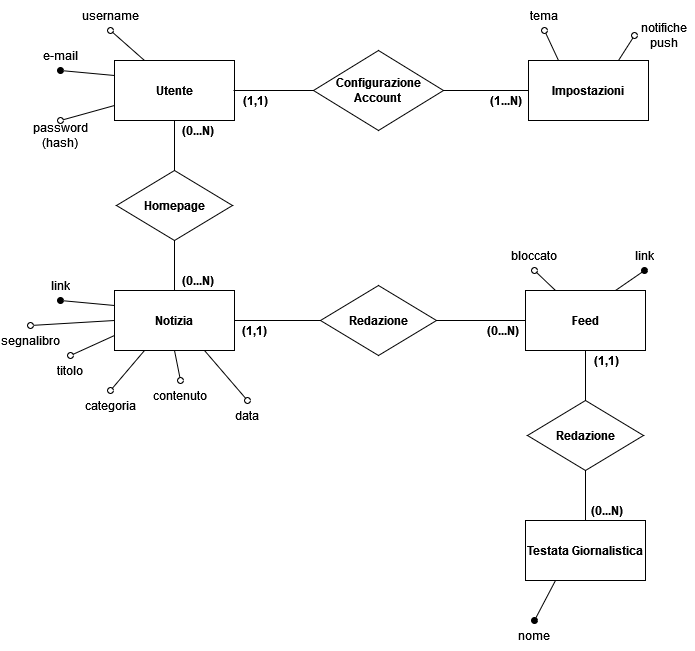
Above: database/ER_app.png in Franc-Zar/Feed-You (draw.io), before the change. Source tidied: cells renumbered, new cells last; positions are measured from the earlier drawing's top-left corner, leaving out a move shared by most shapes. Source of this version:
```xml
<mxGraphModel>
  <root>
    <mxCell id="0" />
    <mxCell id="1" parent="0" />
    <mxCell id="2" value="&lt;b&gt;Utente&lt;/b&gt;" style="rounded=0;whiteSpace=wrap;html=1;" parent="1" vertex="1">
      <mxGeometry x="114" y="60" width="120" height="60" as="geometry" />
    </mxCell>
    <mxCell id="3" style="endArrow=oval;html=1;rounded=0;exitX=0;exitY=0.25;exitDx=0;exitDy=0;endFill=1;entryX=0.5;entryY=1;entryDx=0;entryDy=0;" parent="1" edge="1" source="2" target="8">
      <mxGeometry relative="1" as="geometry" />
    </mxCell>
    <mxCell id="4" style="endArrow=oval;html=1;rounded=0;exitX=0.25;exitY=0;exitDx=0;exitDy=0;endFill=0;entryX=0.5;entryY=1;entryDx=0;entryDy=0;" parent="1" edge="1" source="2" target="6">
      <mxGeometry relative="1" as="geometry" />
    </mxCell>
    <mxCell id="5" style="endArrow=oval;html=1;rounded=0;exitX=0;exitY=0.75;exitDx=0;exitDy=0;endFill=0;entryX=0.5;entryY=0;entryDx=0;entryDy=0;" parent="1" edge="1" source="2" target="7">
      <mxGeometry relative="1" as="geometry" />
    </mxCell>
    <mxCell id="6" value="&lt;div&gt;username&lt;/div&gt;" style="text;html=1;strokeColor=none;fillColor=none;align=center;verticalAlign=middle;whiteSpace=wrap;rounded=0;" parent="1" vertex="1">
      <mxGeometry x="80" width="60" height="30" as="geometry" />
    </mxCell>
    <mxCell id="7" value="password (hash)" style="text;html=1;strokeColor=none;fillColor=none;align=center;verticalAlign=middle;whiteSpace=wrap;rounded=0;" parent="1" vertex="1">
      <mxGeometry x="30" y="120" width="60" height="30" as="geometry" />
    </mxCell>
    <mxCell id="8" value="e-mail" style="text;html=1;strokeColor=none;fillColor=none;align=center;verticalAlign=middle;whiteSpace=wrap;rounded=0;" parent="1" vertex="1">
      <mxGeometry x="30" y="40" width="60" height="30" as="geometry" />
    </mxCell>
    <mxCell id="9" style="edgeStyle=orthogonalEdgeStyle;rounded=0;jettySize=auto;html=1;exitX=0.5;exitY=1;exitDx=0;exitDy=0;entryX=0.5;entryY=0;entryDx=0;entryDy=0;endArrow=none;endFill=0;" parent="1" edge="1" source="10" target="48">
      <mxGeometry relative="1" as="geometry" />
    </mxCell>
    <mxCell id="10" value="&lt;b&gt;Feed&lt;/b&gt;" style="rounded=0;whiteSpace=wrap;html=1;" parent="1" vertex="1">
      <mxGeometry x="525" y="290" width="120" height="60" as="geometry" />
    </mxCell>
    <mxCell id="11" style="endArrow=oval;html=1;rounded=0;exitX=0.75;exitY=0;exitDx=0;exitDy=0;endFill=1;entryX=0.5;entryY=1;entryDx=0;entryDy=0;" parent="1" edge="1" source="10" target="12">
      <mxGeometry relative="1" as="geometry" />
    </mxCell>
    <mxCell id="12" value="link" style="text;html=1;strokeColor=none;fillColor=none;align=center;verticalAlign=middle;whiteSpace=wrap;rounded=0;" parent="1" vertex="1">
      <mxGeometry x="614" y="240" width="60" height="30" as="geometry" />
    </mxCell>
    <mxCell id="13" style="edgeStyle=orthogonalEdgeStyle;rounded=0;jettySize=auto;html=1;exitX=0.5;exitY=0;exitDx=0;exitDy=0;entryX=0.5;entryY=1;entryDx=0;entryDy=0;endArrow=none;endFill=0;" parent="1" edge="1" source="15" target="2">
      <mxGeometry relative="1" as="geometry" />
    </mxCell>
    <mxCell id="14" style="edgeStyle=orthogonalEdgeStyle;rounded=0;jettySize=auto;html=1;exitX=0.5;exitY=1;exitDx=0;exitDy=0;endArrow=none;endFill=0;entryX=0.5;entryY=0;entryDx=0;entryDy=0;" parent="1" edge="1" source="15" target="26">
      <mxGeometry relative="1" as="geometry" />
    </mxCell>
    <mxCell id="15" value="&lt;b&gt;Homepage&lt;/b&gt;" style="rhombus;whiteSpace=wrap;html=1;" parent="1" vertex="1">
      <mxGeometry x="116" y="170" width="116" height="70" as="geometry" />
    </mxCell>
    <mxCell id="16" value="&lt;b&gt;(0...N)&lt;/b&gt;" style="text;html=1;strokeColor=none;fillColor=none;align=center;verticalAlign=middle;whiteSpace=wrap;rounded=0;" parent="1" vertex="1">
      <mxGeometry x="175" y="120" width="45" height="20" as="geometry" />
    </mxCell>
    <mxCell id="17" value="&lt;b&gt;Impostazioni&lt;/b&gt;" style="rounded=0;whiteSpace=wrap;html=1;" parent="1" vertex="1">
      <mxGeometry x="528" y="60" width="120" height="60" as="geometry" />
    </mxCell>
    <mxCell id="18" style="endArrow=oval;html=1;rounded=0;exitX=0.25;exitY=0;exitDx=0;exitDy=0;endFill=0;entryX=0.5;entryY=1;entryDx=0;entryDy=0;" parent="1" edge="1" source="17" target="19">
      <mxGeometry relative="1" as="geometry" />
    </mxCell>
    <mxCell id="19" value="tema" style="text;html=1;strokeColor=none;fillColor=none;align=center;verticalAlign=middle;whiteSpace=wrap;rounded=0;" parent="1" vertex="1">
      <mxGeometry x="514" width="60" height="30" as="geometry" />
    </mxCell>
    <mxCell id="20" value="&lt;b&gt;(1...N)&lt;/b&gt;" style="text;html=1;strokeColor=none;fillColor=none;align=center;verticalAlign=middle;whiteSpace=wrap;rounded=0;" parent="1" vertex="1">
      <mxGeometry x="483" y="90" width="45" height="20" as="geometry" />
    </mxCell>
    <mxCell id="21" style="endArrow=oval;html=1;rounded=0;exitX=0.75;exitY=0;exitDx=0;exitDy=0;endFill=0;entryX=0;entryY=0.5;entryDx=0;entryDy=0;" parent="1" edge="1" source="17" target="22">
      <mxGeometry relative="1" as="geometry" />
    </mxCell>
    <mxCell id="22" value="notifiche push" style="text;html=1;strokeColor=none;fillColor=none;align=center;verticalAlign=middle;whiteSpace=wrap;rounded=0;" parent="1" vertex="1">
      <mxGeometry x="634" y="20" width="60" height="30" as="geometry" />
    </mxCell>
    <mxCell id="23" value="&lt;b&gt;(1,1)&lt;/b&gt;" style="text;html=1;strokeColor=none;fillColor=none;align=center;verticalAlign=middle;whiteSpace=wrap;rounded=0;" parent="1" vertex="1">
      <mxGeometry x="233" y="90" width="45" height="20" as="geometry" />
    </mxCell>
    <mxCell id="24" style="endArrow=oval;html=1;rounded=0;exitX=0.25;exitY=0;exitDx=0;exitDy=0;endFill=0;entryX=0.5;entryY=1;entryDx=0;entryDy=0;" parent="1" edge="1" source="10" target="25">
      <mxGeometry relative="1" as="geometry" />
    </mxCell>
    <mxCell id="25" value="bloccato" style="text;html=1;strokeColor=none;fillColor=none;align=center;verticalAlign=middle;whiteSpace=wrap;rounded=0;" parent="1" vertex="1">
      <mxGeometry x="504" y="240" width="60" height="30" as="geometry" />
    </mxCell>
    <mxCell id="26" value="&lt;b&gt;Notizia&lt;/b&gt;" style="rounded=0;whiteSpace=wrap;html=1;" parent="1" vertex="1">
      <mxGeometry x="114" y="290" width="120" height="60" as="geometry" />
    </mxCell>
    <mxCell id="27" style="endArrow=oval;html=1;rounded=0;exitX=0;exitY=0.25;exitDx=0;exitDy=0;endFill=1;entryX=0.5;entryY=1;entryDx=0;entryDy=0;" parent="1" edge="1" source="26" target="30">
      <mxGeometry relative="1" as="geometry" />
    </mxCell>
    <mxCell id="28" style="endArrow=oval;html=1;rounded=0;exitX=0;exitY=0.75;exitDx=0;exitDy=0;endFill=0;entryX=0.5;entryY=0;entryDx=0;entryDy=0;" parent="1" edge="1" source="26" target="29">
      <mxGeometry relative="1" as="geometry" />
    </mxCell>
    <mxCell id="29" value="titolo" style="text;html=1;strokeColor=none;fillColor=none;align=center;verticalAlign=middle;whiteSpace=wrap;rounded=0;" parent="1" vertex="1">
      <mxGeometry x="40" y="355" width="60" height="30" as="geometry" />
    </mxCell>
    <mxCell id="30" value="link" style="text;html=1;strokeColor=none;fillColor=none;align=center;verticalAlign=middle;whiteSpace=wrap;rounded=0;" parent="1" vertex="1">
      <mxGeometry x="30" y="270" width="60" height="30" as="geometry" />
    </mxCell>
    <mxCell id="31" value="&lt;b&gt;(0...N)&lt;/b&gt;" style="text;html=1;strokeColor=none;fillColor=none;align=center;verticalAlign=middle;whiteSpace=wrap;rounded=0;" parent="1" vertex="1">
      <mxGeometry x="175" y="270" width="45" height="20" as="geometry" />
    </mxCell>
    <mxCell id="32" style="edgeStyle=orthogonalEdgeStyle;rounded=0;jettySize=auto;html=1;exitX=1;exitY=0.5;exitDx=0;exitDy=0;entryX=0;entryY=0.5;entryDx=0;entryDy=0;endArrow=none;endFill=0;" parent="1" edge="1" source="34" target="10">
      <mxGeometry relative="1" as="geometry" />
    </mxCell>
    <mxCell id="33" style="edgeStyle=orthogonalEdgeStyle;rounded=0;jettySize=auto;html=1;exitX=0;exitY=0.5;exitDx=0;exitDy=0;entryX=1;entryY=0.5;entryDx=0;entryDy=0;endArrow=none;endFill=0;" parent="1" edge="1" source="34" target="26">
      <mxGeometry relative="1" as="geometry" />
    </mxCell>
    <mxCell id="34" value="&lt;b&gt;Redazione&lt;/b&gt;" style="rhombus;whiteSpace=wrap;html=1;" parent="1" vertex="1">
      <mxGeometry x="320" y="285" width="116" height="70" as="geometry" />
    </mxCell>
    <mxCell id="35" value="&lt;b&gt;(1,1)&lt;/b&gt;" style="text;html=1;strokeColor=none;fillColor=none;align=center;verticalAlign=middle;whiteSpace=wrap;rounded=0;" parent="1" vertex="1">
      <mxGeometry x="232" y="320" width="45" height="20" as="geometry" />
    </mxCell>
    <mxCell id="36" style="endArrow=oval;html=1;rounded=0;exitX=0.25;exitY=1;exitDx=0;exitDy=0;endFill=0;entryX=0.5;entryY=0;entryDx=0;entryDy=0;" parent="1" edge="1" source="26" target="37">
      <mxGeometry relative="1" as="geometry" />
    </mxCell>
    <mxCell id="37" value="categoria" style="text;html=1;strokeColor=none;fillColor=none;align=center;verticalAlign=middle;whiteSpace=wrap;rounded=0;" parent="1" vertex="1">
      <mxGeometry x="80" y="390" width="60" height="30" as="geometry" />
    </mxCell>
    <mxCell id="38" style="endArrow=oval;html=1;rounded=0;exitX=0.5;exitY=1;exitDx=0;exitDy=0;endFill=0;entryX=0.5;entryY=0;entryDx=0;entryDy=0;" parent="1" edge="1" source="26" target="39">
      <mxGeometry relative="1" as="geometry" />
    </mxCell>
    <mxCell id="39" value="contenuto" style="text;html=1;strokeColor=none;fillColor=none;align=center;verticalAlign=middle;whiteSpace=wrap;rounded=0;" parent="1" vertex="1">
      <mxGeometry x="150" y="380" width="60" height="30" as="geometry" />
    </mxCell>
    <mxCell id="40" value="&lt;b&gt;(0...N)&lt;/b&gt;" style="text;html=1;strokeColor=none;fillColor=none;align=center;verticalAlign=middle;whiteSpace=wrap;rounded=0;" parent="1" vertex="1">
      <mxGeometry x="480" y="320" width="45" height="20" as="geometry" />
    </mxCell>
    <mxCell id="41" style="endArrow=oval;html=1;rounded=0;exitX=0.75;exitY=1;exitDx=0;exitDy=0;endFill=0;entryX=0.5;entryY=0;entryDx=0;entryDy=0;" parent="1" edge="1" source="26" target="42">
      <mxGeometry relative="1" as="geometry" />
    </mxCell>
    <mxCell id="42" value="data" style="text;html=1;strokeColor=none;fillColor=none;align=center;verticalAlign=middle;whiteSpace=wrap;rounded=0;" parent="1" vertex="1">
      <mxGeometry x="217" y="400" width="60" height="30" as="geometry" />
    </mxCell>
    <mxCell id="43" value="&lt;b&gt;Testata Giornalistica&lt;br&gt;&lt;/b&gt;" style="rounded=0;whiteSpace=wrap;html=1;" parent="1" vertex="1">
      <mxGeometry x="525" y="520" width="120" height="60" as="geometry" />
    </mxCell>
    <mxCell id="44" style="endArrow=oval;html=1;rounded=0;exitX=0.25;exitY=1;exitDx=0;exitDy=0;endFill=1;entryX=0.5;entryY=0;entryDx=0;entryDy=0;" parent="1" edge="1" source="43" target="45">
      <mxGeometry relative="1" as="geometry" />
    </mxCell>
    <mxCell id="45" value="nome" style="text;html=1;strokeColor=none;fillColor=none;align=center;verticalAlign=middle;whiteSpace=wrap;rounded=0;" parent="1" vertex="1">
      <mxGeometry x="504" y="620" width="60" height="30" as="geometry" />
    </mxCell>
    <mxCell id="46" value="&lt;b&gt;(0...N)&lt;/b&gt;" style="text;html=1;strokeColor=none;fillColor=none;align=center;verticalAlign=middle;whiteSpace=wrap;rounded=0;" parent="1" vertex="1">
      <mxGeometry x="584" y="500" width="45" height="20" as="geometry" />
    </mxCell>
    <mxCell id="47" style="edgeStyle=orthogonalEdgeStyle;rounded=0;jettySize=auto;html=1;exitX=0.5;exitY=1;exitDx=0;exitDy=0;entryX=0.5;entryY=0;entryDx=0;entryDy=0;endArrow=none;endFill=0;" parent="1" edge="1" source="48" target="43">
      <mxGeometry relative="1" as="geometry" />
    </mxCell>
    <mxCell id="48" value="&lt;b&gt;Redazione&lt;/b&gt;" style="rhombus;whiteSpace=wrap;html=1;" parent="1" vertex="1">
      <mxGeometry x="527" y="400" width="116" height="70" as="geometry" />
    </mxCell>
    <mxCell id="49" value="&lt;b&gt;(1,1)&lt;/b&gt;" style="text;html=1;strokeColor=none;fillColor=none;align=center;verticalAlign=middle;whiteSpace=wrap;rounded=0;" parent="1" vertex="1">
      <mxGeometry x="584" y="350" width="45" height="20" as="geometry" />
    </mxCell>
    <mxCell id="50" style="endArrow=oval;html=1;rounded=0;exitX=0;exitY=0.5;exitDx=0;exitDy=0;endFill=0;entryX=0.5;entryY=0;entryDx=0;entryDy=0;" parent="1" edge="1" source="26" target="51">
      <mxGeometry relative="1" as="geometry" />
    </mxCell>
    <mxCell id="51" value="segnalibro" style="text;html=1;strokeColor=none;fillColor=none;align=center;verticalAlign=middle;whiteSpace=wrap;rounded=0;" parent="1" vertex="1">
      <mxGeometry y="325" width="60" height="30" as="geometry" />
    </mxCell>
    <mxCell id="52" value="&lt;div&gt;&lt;b&gt;Configurazione&lt;/b&gt;&lt;/div&gt;&lt;div&gt;&lt;b&gt;Account&lt;br&gt;&lt;/b&gt;&lt;/div&gt;" style="rhombus;whiteSpace=wrap;html=1;" parent="1" vertex="1">
      <mxGeometry x="313" y="50" width="130" height="80" as="geometry" />
    </mxCell>
    <mxCell id="53" style="edgeStyle=orthogonalEdgeStyle;rounded=0;jettySize=auto;html=1;exitX=1;exitY=0.5;exitDx=0;exitDy=0;entryX=0;entryY=0.5;entryDx=0;entryDy=0;endArrow=none;endFill=0;" parent="1" edge="1" source="52" target="17">
      <mxGeometry relative="1" as="geometry" />
    </mxCell>
    <mxCell id="54" style="edgeStyle=orthogonalEdgeStyle;rounded=0;jettySize=auto;html=1;exitX=0;exitY=0;exitDx=0;exitDy=0;entryX=0;entryY=0.5;entryDx=0;entryDy=0;endArrow=none;endFill=0;" parent="1" edge="1" source="23" target="52">
      <mxGeometry relative="1" as="geometry">
        <Array as="points">
          <mxPoint x="260" y="90" />
          <mxPoint x="260" y="90" />
        </Array>
      </mxGeometry>
    </mxCell>
  </root>
</mxGraphModel>
```
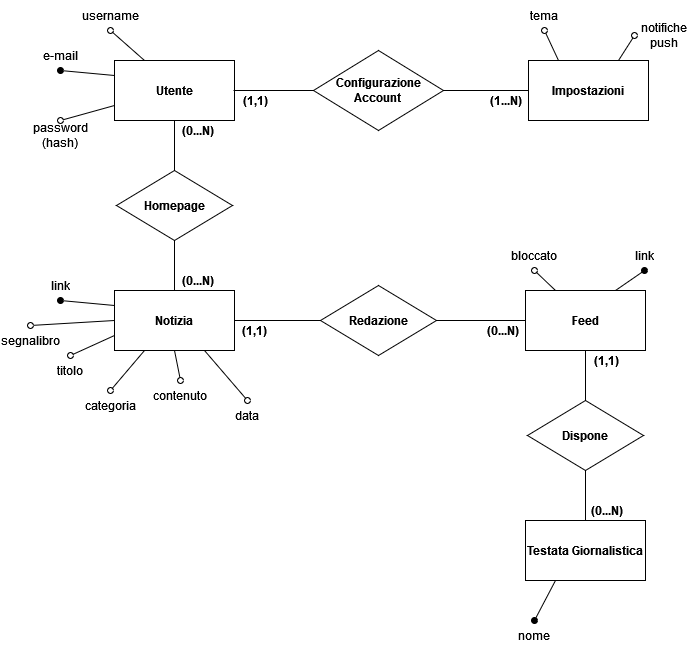
Above is the later version.

Diff of the diagram source:
```diff
@@ -140,7 +140,7 @@
     <mxCell id="47" style="edgeStyle=orthogonalEdgeStyle;rounded=0;jettySize=auto;html=1;exitX=0.5;exitY=1;exitDx=0;exitDy=0;entryX=0.5;entryY=0;entryDx=0;entryDy=0;endArrow=none;endFill=0;" parent="1" edge="1" source="48" target="43">
       <mxGeometry relative="1" as="geometry" />
     </mxCell>
-    <mxCell id="48" value="&lt;b&gt;Redazione&lt;/b&gt;" style="rhombus;whiteSpace=wrap;html=1;" parent="1" vertex="1">
+    <mxCell id="48" value="&lt;b&gt;Dispone&lt;/b&gt;" style="rhombus;whiteSpace=wrap;html=1;" parent="1" vertex="1">
       <mxGeometry x="527" y="400" width="116" height="70" as="geometry" />
     </mxCell>
     <mxCell id="49" value="&lt;b&gt;(1,1)&lt;/b&gt;" style="text;html=1;strokeColor=none;fillColor=none;align=center;verticalAlign=middle;whiteSpace=wrap;rounded=0;" parent="1" vertex="1">
```
